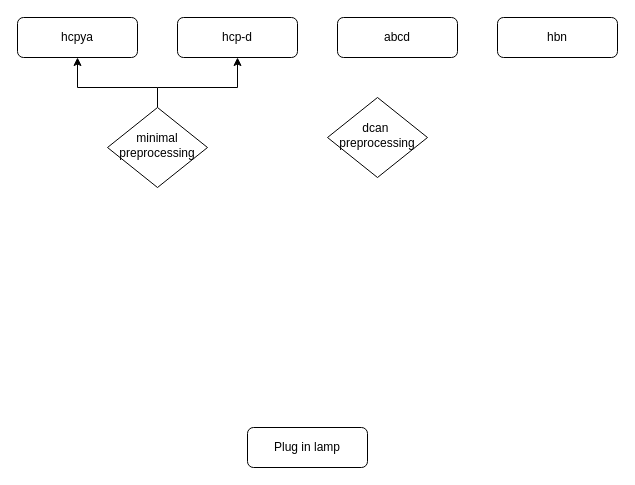
PennLINC/TheWay keeps this draw.io diagram as Untitled Diagram.drawio. Above is the earlier version. Source tidied: cells renumbered, new cells numbered last; positions are measured from the earlier drawing's top-left corner, leaving out a move shared by most shapes. Both pictures are drawn from the tidied source at 100%, with x=0, y=0 at pixel (17, 17).
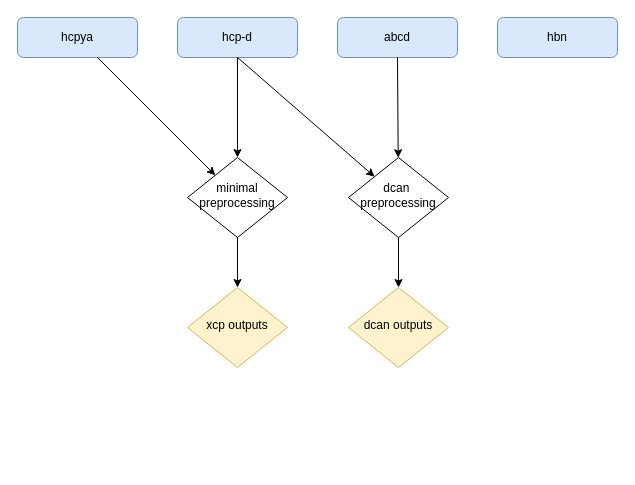
After the change.

Diff of the diagram source:
```diff
@@
 <mxGraphModel>
   <root>
     <mxCell id="0" />
     <mxCell id="1" parent="0" />
-    <mxCell id="2" value="hcpya" style="rounded=1;whiteSpace=wrap;html=1;fontSize=12;glass=0;strokeWidth=1;shadow=0;" parent="1" vertex="1">
+    <mxCell id="2" value="hcpya" style="rounded=1;whiteSpace=wrap;html=1;fontSize=12;glass=0;strokeWidth=1;shadow=0;fillColor=#dae8fc;strokeColor=#6c8ebf;" parent="1" vertex="1">
       <mxGeometry width="120" height="40" as="geometry" />
     </mxCell>
-    <mxCell id="3" style="edgeStyle=orthogonalEdgeStyle;rounded=0;jettySize=auto;html=1;entryX=0.5;entryY=1;entryDx=0;entryDy=0;" parent="1" edge="1" source="4" target="2">
-      <mxGeometry relative="1" as="geometry">
-        <Array as="points">
-          <mxPoint x="140" y="70" />
-          <mxPoint x="60" y="70" />
-        </Array>
-      </mxGeometry>
-    </mxCell>
     <mxCell id="4" value="minimal preprocessing" style="rhombus;whiteSpace=wrap;html=1;shadow=0;fontFamily=Helvetica;fontSize=12;align=center;strokeWidth=1;spacing=6;spacingTop=-4;" parent="1" vertex="1">
-      <mxGeometry x="90" y="90" width="100" height="80" as="geometry" />
+      <mxGeometry x="170" y="140" width="100" height="80" as="geometry" />
     </mxCell>
-    <mxCell id="5" value="Plug in lamp" style="rounded=1;whiteSpace=wrap;html=1;fontSize=12;glass=0;strokeWidth=1;shadow=0;" parent="1" vertex="1">
-      <mxGeometry x="230" y="410" width="120" height="40" as="geometry" />
-    </mxCell>
     <mxCell id="6" value="dcan&amp;nbsp;&lt;br&gt;preprocessing&lt;br&gt;" style="rhombus;whiteSpace=wrap;html=1;shadow=0;fontFamily=Helvetica;fontSize=12;align=center;strokeWidth=1;spacing=6;spacingTop=-4;" parent="1" vertex="1">
-      <mxGeometry x="310" y="80" width="100" height="80" as="geometry" />
+      <mxGeometry x="331" y="140" width="100" height="80" as="geometry" />
     </mxCell>
-    <mxCell id="7" value="hcp-d" style="rounded=1;whiteSpace=wrap;html=1;fontSize=12;glass=0;strokeWidth=1;shadow=0;" parent="1" vertex="1">
+    <mxCell id="7" value="hcp-d" style="rounded=1;whiteSpace=wrap;html=1;fontSize=12;glass=0;strokeWidth=1;shadow=0;fillColor=#dae8fc;strokeColor=#6c8ebf;" parent="1" vertex="1">
       <mxGeometry x="160" width="120" height="40" as="geometry" />
     </mxCell>
-    <mxCell id="8" value="abcd" style="rounded=1;whiteSpace=wrap;html=1;fontSize=12;glass=0;strokeWidth=1;shadow=0;" parent="1" vertex="1">
+    <mxCell id="8" value="abcd" style="rounded=1;whiteSpace=wrap;html=1;fontSize=12;glass=0;strokeWidth=1;shadow=0;fillColor=#dae8fc;strokeColor=#6c8ebf;" parent="1" vertex="1">
       <mxGeometry x="320" width="120" height="40" as="geometry" />
     </mxCell>
-    <mxCell id="9" value="hbn" style="rounded=1;whiteSpace=wrap;html=1;fontSize=12;glass=0;strokeWidth=1;shadow=0;" parent="1" vertex="1">
+    <mxCell id="9" value="hbn" style="rounded=1;whiteSpace=wrap;html=1;fontSize=12;glass=0;strokeWidth=1;shadow=0;fillColor=#dae8fc;strokeColor=#6c8ebf;" parent="1" vertex="1">
       <mxGeometry x="480" width="120" height="40" as="geometry" />
     </mxCell>
-    <mxCell id="10" style="edgeStyle=orthogonalEdgeStyle;rounded=0;jettySize=auto;html=1;entryX=0.5;entryY=1;entryDx=0;entryDy=0;" parent="1" edge="1" target="7">
-      <mxGeometry relative="1" as="geometry">
-        <mxPoint x="140" y="70" as="sourcePoint" />
-        <Array as="points">
-          <mxPoint x="220" y="70" />
-        </Array>
-      </mxGeometry>
-    </mxCell>
+    <mxCell id="11" value="dcan outputs" style="rhombus;whiteSpace=wrap;html=1;shadow=0;fontFamily=Helvetica;fontSize=12;align=center;strokeWidth=1;spacing=6;spacingTop=-4;fillColor=#fff2cc;strokeColor=#d6b656;" parent="1" vertex="1">
+      <mxGeometry x="331" y="270" width="100" height="80" as="geometry" />
+    </mxCell>
+    <mxCell id="12" style="endArrow=classic;html=1;rounded=0;exitX=0.5;exitY=1;exitDx=0;exitDy=0;" parent="1" edge="1" source="8" target="6">
+      <mxGeometry relative="1" as="geometry" />
+    </mxCell>
+    <mxCell id="13" style="endArrow=classic;html=1;rounded=0;" parent="1" edge="1" source="2" target="4">
+      <mxGeometry relative="1" as="geometry" />
+    </mxCell>
+    <mxCell id="14" style="endArrow=classic;html=1;rounded=0;" parent="1" edge="1" source="7" target="4">
+      <mxGeometry relative="1" as="geometry" />
+    </mxCell>
+    <mxCell id="15" style="endArrow=classic;html=1;rounded=0;exitX=0.5;exitY=1;exitDx=0;exitDy=0;" parent="1" edge="1" source="7" target="6">
+      <mxGeometry relative="1" as="geometry" />
+    </mxCell>
+    <mxCell id="16" style="endArrow=classic;html=1;rounded=0;" parent="1" edge="1" source="6" target="11">
+      <mxGeometry relative="1" as="geometry" />
+    </mxCell>
+    <mxCell id="17" value="xcp outputs" style="rhombus;whiteSpace=wrap;html=1;shadow=0;fontFamily=Helvetica;fontSize=12;align=center;strokeWidth=1;spacing=6;spacingTop=-4;fillColor=#fff2cc;strokeColor=#d6b656;" parent="1" vertex="1">
+      <mxGeometry x="170" y="270" width="100" height="80" as="geometry" />
+    </mxCell>
+    <mxCell id="18" style="endArrow=classic;html=1;rounded=0;" parent="1" edge="1" source="4" target="17">
+      <mxGeometry relative="1" as="geometry" />
+    </mxCell>
   </root>
 </mxGraphModel>
```
